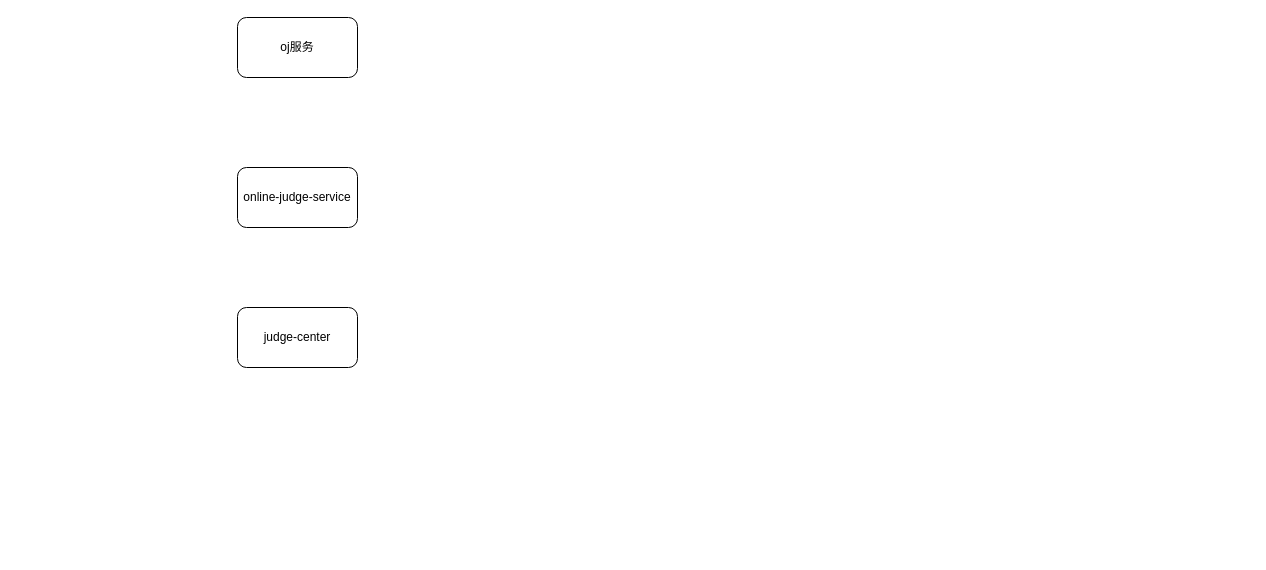
Before: 沙箱群.drawio in xiell2016/hetaoDesign, a draw.io diagram. Source tidied: cells renumbered, new cells numbered last; positions are measured from the earlier drawing's top-left corner, leaving out a move shared by most shapes. Both pictures are drawn from the tidied source at 100%, with x=0, y=0 at pixel (237, 17).
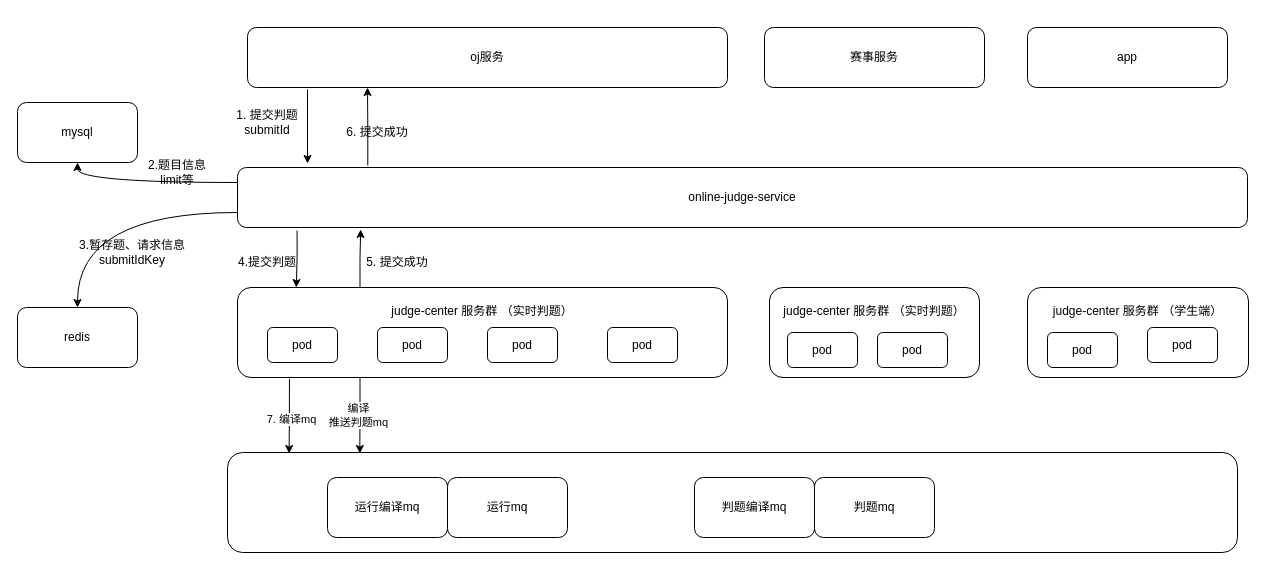
After the change.

Commit message (it also covers changes not shown here):
更新沙箱群.drawio

Change to the diagram source:
```diff
@@
+    <mxCell id="5" style="rounded=1;whiteSpace=wrap;html=1;" parent="1" vertex="1">
+      <mxGeometry x="-10" y="435" width="1010" height="100" as="geometry" />
+    </mxCell>
     <mxCell id="2" value="oj服务" style="rounded=1;whiteSpace=wrap;html=1;" parent="1" vertex="1">
-      <mxGeometry width="120" height="60" as="geometry" />
+      <mxGeometry x="10" y="10" width="480" height="60" as="geometry" />
     </mxCell>
+    <mxCell id="6" style="edgeStyle=orthogonalEdgeStyle;rounded=0;jettySize=auto;html=1;exitX=0;exitY=0.25;exitDx=0;exitDy=0;entryX=0.5;entryY=1;entryDx=0;entryDy=0;curved=1;" parent="1" edge="1" source="3" target="9">
+      <mxGeometry relative="1" as="geometry" />
+    </mxCell>
+    <mxCell id="7" style="edgeStyle=orthogonalEdgeStyle;rounded=0;jettySize=auto;html=1;exitX=0;exitY=0.75;exitDx=0;exitDy=0;entryX=0.5;entryY=0;entryDx=0;entryDy=0;curved=1;" parent="1" edge="1" source="3" target="10">
+      <mxGeometry relative="1" as="geometry" />
+    </mxCell>
+    <mxCell id="8" style="edgeStyle=orthogonalEdgeStyle;rounded=0;jettySize=auto;html=1;exitX=0.129;exitY=-0.033;exitDx=0;exitDy=0;entryX=0.25;entryY=1;entryDx=0;entryDy=0;exitPerimeter=0;" parent="1" edge="1" source="3" target="2">
+      <mxGeometry relative="1" as="geometry" />
+    </mxCell>
     <mxCell id="3" value="online-judge-service" style="rounded=1;whiteSpace=wrap;html=1;" parent="1" vertex="1">
-      <mxGeometry y="150" width="120" height="60" as="geometry" />
+      <mxGeometry y="150" width="1010" height="60" as="geometry" />
     </mxCell>
-    <mxCell id="4" value="judge-center" style="rounded=1;whiteSpace=wrap;html=1;" parent="1" vertex="1">
-      <mxGeometry y="290" width="120" height="60" as="geometry" />
+    <mxCell id="4" value="judge-center&lt;span style=&quot;background-color: initial;&quot;&gt;&amp;nbsp;服务群 （实时判题）&lt;/span&gt;&lt;div&gt;&lt;span style=&quot;background-color: initial;&quot;&gt;&lt;br&gt;&lt;/span&gt;&lt;/div&gt;&lt;div&gt;&lt;span style=&quot;background-color: initial;&quot;&gt;&lt;br&gt;&lt;/span&gt;&lt;/div&gt;&lt;div&gt;&lt;br&gt;&lt;/div&gt;" style="rounded=1;whiteSpace=wrap;html=1;" parent="1" vertex="1">
+      <mxGeometry y="270" width="490" height="90" as="geometry" />
     </mxCell>
+    <mxCell id="9" value="mysql" style="rounded=1;whiteSpace=wrap;html=1;" parent="1" vertex="1">
+      <mxGeometry x="-220" y="85" width="120" height="60" as="geometry" />
+    </mxCell>
+    <mxCell id="10" value="redis" style="rounded=1;whiteSpace=wrap;html=1;" parent="1" vertex="1">
+      <mxGeometry x="-220" y="290" width="120" height="60" as="geometry" />
+    </mxCell>
+    <mxCell id="11" value="运行编译mq" style="rounded=1;whiteSpace=wrap;html=1;" parent="1" vertex="1">
+      <mxGeometry x="90" y="460" width="120" height="60" as="geometry" />
+    </mxCell>
+    <mxCell id="12" value="判题编译mq" style="rounded=1;whiteSpace=wrap;html=1;" parent="1" vertex="1">
+      <mxGeometry x="457" y="460" width="120" height="60" as="geometry" />
+    </mxCell>
+    <mxCell id="13" value="运行mq" style="rounded=1;whiteSpace=wrap;html=1;" parent="1" vertex="1">
+      <mxGeometry x="210" y="460" width="120" height="60" as="geometry" />
+    </mxCell>
+    <mxCell id="14" value="judge-center&lt;span style=&quot;background-color: initial;&quot;&gt;&amp;nbsp;服务群 （实时判题）&lt;/span&gt;&lt;div&gt;&lt;span style=&quot;background-color: initial;&quot;&gt;&lt;br&gt;&lt;/span&gt;&lt;/div&gt;&lt;div&gt;&lt;span style=&quot;background-color: initial;&quot;&gt;&lt;br&gt;&lt;/span&gt;&lt;/div&gt;&lt;div&gt;&lt;span style=&quot;background-color: initial;&quot;&gt;&lt;br&gt;&lt;/span&gt;&lt;/div&gt;" style="rounded=1;whiteSpace=wrap;html=1;" parent="1" vertex="1">
+      <mxGeometry x="532" y="270" width="210" height="90" as="geometry" />
+    </mxCell>
+    <mxCell id="15" value="&lt;div&gt;judge-center&lt;span style=&quot;background-color: initial;&quot;&gt;&amp;nbsp;服务群 （学生端）&lt;/span&gt;&lt;br&gt;&lt;/div&gt;&lt;div&gt;&lt;span style=&quot;background-color: initial;&quot;&gt;&lt;br&gt;&lt;/span&gt;&lt;/div&gt;&lt;div&gt;&lt;span style=&quot;background-color: initial;&quot;&gt;&lt;br&gt;&lt;/span&gt;&lt;/div&gt;&lt;div&gt;&lt;span style=&quot;background-color: initial;&quot;&gt;&lt;br&gt;&lt;/span&gt;&lt;/div&gt;" style="rounded=1;whiteSpace=wrap;html=1;" parent="1" vertex="1">
+      <mxGeometry x="790" y="270" width="221" height="90" as="geometry" />
+    </mxCell>
+    <mxCell id="16" value="判题mq" style="rounded=1;whiteSpace=wrap;html=1;" parent="1" vertex="1">
+      <mxGeometry x="577" y="460" width="120" height="60" as="geometry" />
+    </mxCell>
+    <mxCell id="17" value="赛事服务" style="rounded=1;whiteSpace=wrap;html=1;" parent="1" vertex="1">
+      <mxGeometry x="527" y="10" width="220" height="60" as="geometry" />
+    </mxCell>
+    <mxCell id="18" value="app" style="rounded=1;whiteSpace=wrap;html=1;" parent="1" vertex="1">
+      <mxGeometry x="790" y="10" width="200" height="60" as="geometry" />
+    </mxCell>
+    <mxCell id="19" style="edgeStyle=orthogonalEdgeStyle;rounded=0;orthogonalLoop=1;jettySize=auto;html=1;" parent="1" edge="1">
+      <mxGeometry relative="1" as="geometry">
+        <mxPoint x="70" y="72" as="sourcePoint" />
+        <mxPoint x="70" y="146" as="targetPoint" />
+      </mxGeometry>
+    </mxCell>
+    <mxCell id="20" value="1. 提交判题&lt;div&gt;submitId&lt;/div&gt;" style="text;html=1;align=center;verticalAlign=middle;whiteSpace=wrap;rounded=0;" parent="1" vertex="1">
+      <mxGeometry x="-10" y="90" width="80" height="30" as="geometry" />
+    </mxCell>
+    <mxCell id="21" value="2.题目信息&lt;div&gt;limit等&lt;/div&gt;" style="text;html=1;align=center;verticalAlign=middle;whiteSpace=wrap;rounded=0;" parent="1" vertex="1">
+      <mxGeometry x="-100" y="140" width="80" height="30" as="geometry" />
+    </mxCell>
+    <mxCell id="22" value="3.暂存题、请求信息&lt;br&gt;submitIdKey" style="text;html=1;align=center;verticalAlign=middle;whiteSpace=wrap;rounded=0;" parent="1" vertex="1">
+      <mxGeometry x="-160" y="220" width="110" height="30" as="geometry" />
+    </mxCell>
+    <mxCell id="23" style="edgeStyle=orthogonalEdgeStyle;rounded=0;jettySize=auto;html=1;exitX=0.106;exitY=1.017;exitDx=0;exitDy=0;entryX=0.061;entryY=0.01;entryDx=0;entryDy=0;entryPerimeter=0;exitPerimeter=0;" parent="1" edge="1" source="4" target="5">
+      <mxGeometry relative="1" as="geometry" />
+    </mxCell>
+    <mxCell id="24" value="7. 编译mq" style="edgeLabel;html=1;align=center;verticalAlign=middle;" parent="23" vertex="1">
+      <mxGeometry x="0.06" y="2" relative="1" as="geometry" />
+    </mxCell>
+    <mxCell id="25" value="4.提交判题" style="text;html=1;align=center;verticalAlign=middle;whiteSpace=wrap;rounded=0;" parent="1" vertex="1">
+      <mxGeometry x="-10" y="230" width="80" height="30" as="geometry" />
+    </mxCell>
+    <mxCell id="26" style="edgeStyle=orthogonalEdgeStyle;rounded=0;jettySize=auto;html=1;exitX=0.059;exitY=1.05;exitDx=0;exitDy=0;entryX=0.12;entryY=0;entryDx=0;entryDy=0;entryPerimeter=0;exitPerimeter=0;" parent="1" edge="1" source="3" target="4">
+      <mxGeometry relative="1" as="geometry" />
+    </mxCell>
+    <mxCell id="27" style="edgeStyle=orthogonalEdgeStyle;rounded=0;jettySize=auto;html=1;exitX=0.25;exitY=0;exitDx=0;exitDy=0;entryX=0.122;entryY=1.033;entryDx=0;entryDy=0;entryPerimeter=0;" parent="1" edge="1" source="4" target="3">
+      <mxGeometry relative="1" as="geometry" />
+    </mxCell>
+    <mxCell id="28" value="5. 提交成功" style="text;html=1;align=center;verticalAlign=middle;whiteSpace=wrap;rounded=0;" parent="1" vertex="1">
+      <mxGeometry x="120" y="230" width="80" height="30" as="geometry" />
+    </mxCell>
+    <mxCell id="29" value="6. 提交成功" style="text;html=1;align=center;verticalAlign=middle;whiteSpace=wrap;rounded=0;" parent="1" vertex="1">
+      <mxGeometry x="100" y="100" width="80" height="30" as="geometry" />
+    </mxCell>
+    <mxCell id="30" style="edgeStyle=orthogonalEdgeStyle;rounded=0;jettySize=auto;html=1;exitX=0.25;exitY=1;exitDx=0;exitDy=0;entryX=0.131;entryY=0.01;entryDx=0;entryDy=0;entryPerimeter=0;" parent="1" edge="1" source="4" target="5">
+      <mxGeometry relative="1" as="geometry" />
+    </mxCell>
+    <mxCell id="31" value="编译&lt;div&gt;推送判题mq&lt;/div&gt;" style="edgeLabel;html=1;align=center;verticalAlign=middle;" parent="30" vertex="1">
+      <mxGeometry x="-0.01" y="-2" relative="1" as="geometry" />
+    </mxCell>
+    <mxCell id="32" value="pod" style="rounded=1;whiteSpace=wrap;html=1;" parent="1" vertex="1">
+      <mxGeometry x="30" y="310" width="70" height="35" as="geometry" />
+    </mxCell>
+    <mxCell id="33" value="pod" style="rounded=1;whiteSpace=wrap;html=1;" parent="1" vertex="1">
+      <mxGeometry x="140" y="310" width="70" height="35" as="geometry" />
+    </mxCell>
+    <mxCell id="34" value="pod" style="rounded=1;whiteSpace=wrap;html=1;" parent="1" vertex="1">
+      <mxGeometry x="250" y="310" width="70" height="35" as="geometry" />
+    </mxCell>
+    <mxCell id="35" value="pod" style="rounded=1;whiteSpace=wrap;html=1;" parent="1" vertex="1">
+      <mxGeometry x="370" y="310" width="70" height="35" as="geometry" />
+    </mxCell>
+    <mxCell id="36" value="pod" style="rounded=1;whiteSpace=wrap;html=1;" parent="1" vertex="1">
+      <mxGeometry x="550" y="315" width="70" height="35" as="geometry" />
+    </mxCell>
+    <mxCell id="37" value="pod" style="rounded=1;whiteSpace=wrap;html=1;" parent="1" vertex="1">
+      <mxGeometry x="640" y="315" width="70" height="35" as="geometry" />
+    </mxCell>
+    <mxCell id="38" value="pod" style="rounded=1;whiteSpace=wrap;html=1;" parent="1" vertex="1">
+      <mxGeometry x="810" y="315" width="70" height="35" as="geometry" />
+    </mxCell>
+    <mxCell id="39" value="pod" style="rounded=1;whiteSpace=wrap;html=1;" parent="1" vertex="1">
+      <mxGeometry x="910" y="310" width="70" height="35" as="geometry" />
+    </mxCell>
```
